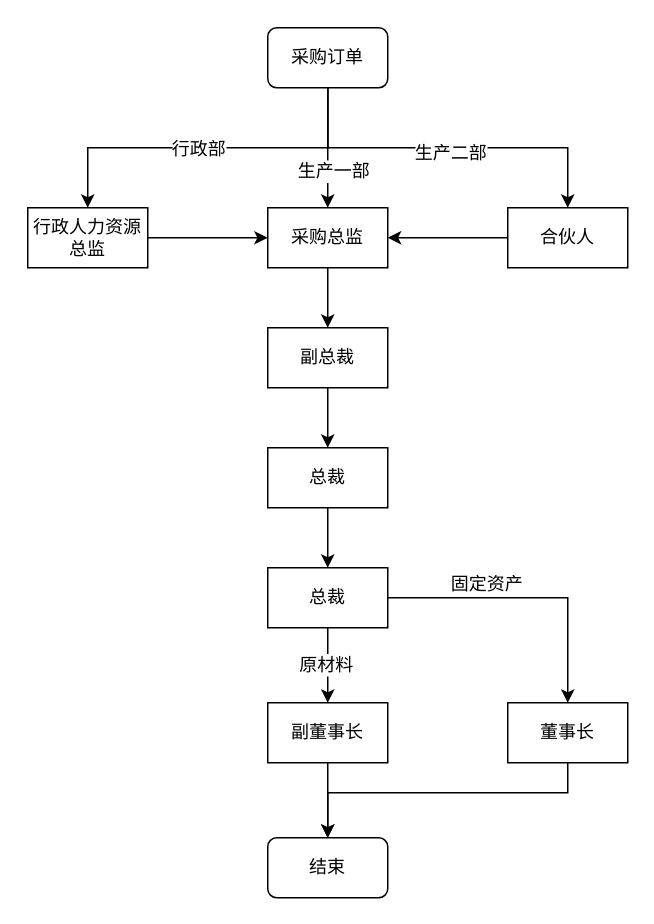
Above: page "采购订单审批" (3 of 4) of 采购订单审批.drawio in woaj01/- (draw.io), before the change. Source tidied: cells renumbered, new cells numbered last; positions are measured from the earlier drawing's top-left corner, leaving out a move shared by most shapes. Both pictures are drawn from the tidied source at 150%, with x=0, y=0 at pixel (27, 27).
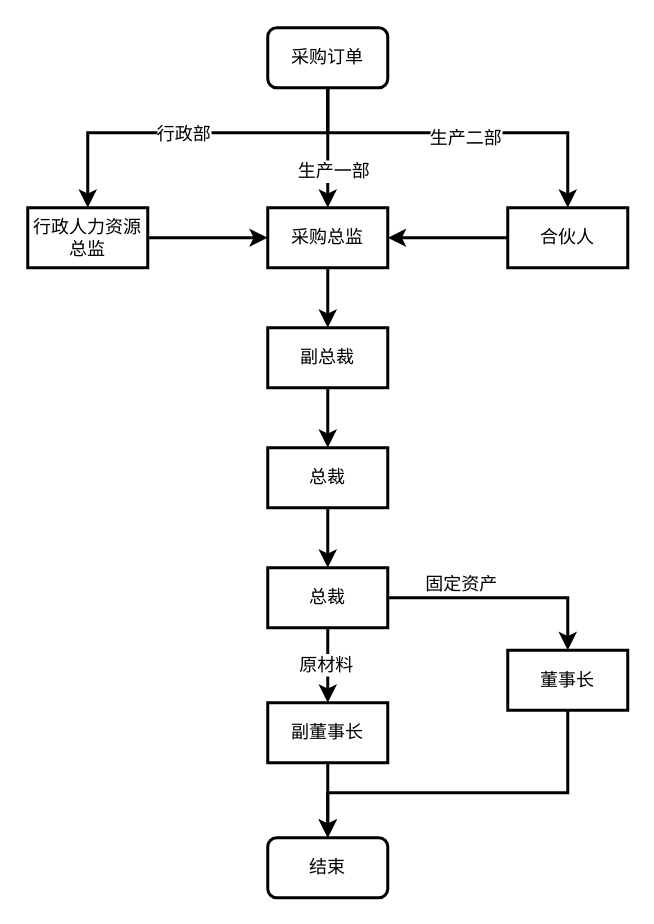
After the change.

Commit message:
更新采购订单审批.drawio

Diff of the diagram source:
```diff
@@
-    <mxCell id="2" style="edgeStyle=orthogonalEdgeStyle;rounded=0;jettySize=auto;html=1;exitX=0.5;exitY=1;exitDx=0;exitDy=0;entryX=0.5;entryY=0;entryDx=0;entryDy=0;" parent="1" edge="1" source="8" target="10">
+    <mxCell id="2" style="edgeStyle=orthogonalEdgeStyle;rounded=0;jettySize=auto;html=1;exitX=0.5;exitY=1;exitDx=0;exitDy=0;entryX=0.5;entryY=0;entryDx=0;entryDy=0;strokeWidth=2;" parent="1" edge="1" source="8" target="10">
       <mxGeometry relative="1" as="geometry" />
     </mxCell>
@@
-    <mxCell id="4" style="edgeStyle=orthogonalEdgeStyle;rounded=0;jettySize=auto;html=1;exitX=0.5;exitY=1;exitDx=0;exitDy=0;" parent="1" edge="1" source="8" target="14">
-      <mxGeometry relative="1" as="geometry" />
+    <mxCell id="4" style="edgeStyle=orthogonalEdgeStyle;rounded=0;jettySize=auto;html=1;exitX=0.5;exitY=1;exitDx=0;exitDy=0;strokeWidth=2;" parent="1" edge="1" source="8" target="14">
+      <mxGeometry relative="1" as="geometry">
+        <Array as="points">
+          <mxPoint x="200" y="70" />
+          <mxPoint x="360" y="70" />
+        </Array>
+      </mxGeometry>
     </mxCell>
@@
-    <mxCell id="6" style="edgeStyle=orthogonalEdgeStyle;rounded=0;jettySize=auto;html=1;exitX=0.5;exitY=1;exitDx=0;exitDy=0;" parent="1" edge="1" source="8" target="12">
-      <mxGeometry relative="1" as="geometry" />
+    <mxCell id="6" style="edgeStyle=orthogonalEdgeStyle;rounded=0;jettySize=auto;html=1;exitX=0.5;exitY=1;exitDx=0;exitDy=0;strokeWidth=2;" parent="1" edge="1" source="8" target="12">
+      <mxGeometry relative="1" as="geometry">
+        <Array as="points">
+          <mxPoint x="200" y="70" />
+          <mxPoint x="40" y="70" />
+        </Array>
+      </mxGeometry>
     </mxCell>
@@
-    <mxCell id="8" value="采购订单" style="rounded=1;whiteSpace=wrap;html=1;" parent="1" vertex="1">
+    <mxCell id="8" value="采购订单" style="rounded=1;whiteSpace=wrap;html=1;strokeWidth=2;" parent="1" vertex="1">
       <mxGeometry x="160" width="80" height="40" as="geometry" />
     </mxCell>
-    <mxCell id="9" style="edgeStyle=orthogonalEdgeStyle;rounded=0;jettySize=auto;html=1;" parent="1" edge="1" source="10" target="16">
+    <mxCell id="9" style="edgeStyle=orthogonalEdgeStyle;rounded=0;jettySize=auto;html=1;strokeWidth=2;" parent="1" edge="1" source="10" target="16">
       <mxGeometry relative="1" as="geometry" />
     </mxCell>
-    <mxCell id="10" value="采购总监" style="rounded=0;whiteSpace=wrap;html=1;" parent="1" vertex="1">
+    <mxCell id="10" value="采购总监" style="rounded=0;whiteSpace=wrap;html=1;strokeWidth=2;" parent="1" vertex="1">
       <mxGeometry x="160" y="120" width="80" height="40" as="geometry" />
     </mxCell>
-    <mxCell id="11" style="edgeStyle=orthogonalEdgeStyle;rounded=0;jettySize=auto;html=1;exitX=1;exitY=0.5;exitDx=0;exitDy=0;entryX=0;entryY=0.5;entryDx=0;entryDy=0;" parent="1" edge="1" source="12" target="10">
+    <mxCell id="11" style="edgeStyle=orthogonalEdgeStyle;rounded=0;jettySize=auto;html=1;exitX=1;exitY=0.5;exitDx=0;exitDy=0;entryX=0;entryY=0.5;entryDx=0;entryDy=0;strokeWidth=2;" parent="1" edge="1" source="12" target="10">
       <mxGeometry relative="1" as="geometry" />
     </mxCell>
-    <mxCell id="12" value="行政人力资源总监" style="rounded=0;whiteSpace=wrap;html=1;" parent="1" vertex="1">
+    <mxCell id="12" value="行政人力资源总监" style="rounded=0;whiteSpace=wrap;html=1;strokeWidth=2;" parent="1" vertex="1">
       <mxGeometry y="120" width="80" height="40" as="geometry" />
     </mxCell>
-    <mxCell id="13" style="edgeStyle=orthogonalEdgeStyle;rounded=0;jettySize=auto;html=1;exitX=0;exitY=0.5;exitDx=0;exitDy=0;entryX=1;entryY=0.5;entryDx=0;entryDy=0;" parent="1" edge="1" source="14" target="10">
+    <mxCell id="13" style="edgeStyle=orthogonalEdgeStyle;rounded=0;jettySize=auto;html=1;exitX=0;exitY=0.5;exitDx=0;exitDy=0;entryX=1;entryY=0.5;entryDx=0;entryDy=0;strokeWidth=2;" parent="1" edge="1" source="14" target="10">
       <mxGeometry relative="1" as="geometry" />
     </mxCell>
-    <mxCell id="14" value="合伙人" style="rounded=0;whiteSpace=wrap;html=1;" parent="1" vertex="1">
+    <mxCell id="14" value="合伙人" style="rounded=0;whiteSpace=wrap;html=1;strokeWidth=2;" parent="1" vertex="1">
       <mxGeometry x="320" y="120" width="80" height="40" as="geometry" />
     </mxCell>
-    <mxCell id="15" style="edgeStyle=orthogonalEdgeStyle;rounded=0;jettySize=auto;html=1;" parent="1" edge="1" source="16" target="18">
+    <mxCell id="15" style="edgeStyle=orthogonalEdgeStyle;rounded=0;jettySize=auto;html=1;strokeWidth=2;" parent="1" edge="1" source="16" target="18">
       <mxGeometry relative="1" as="geometry" />
     </mxCell>
-    <mxCell id="16" value="副总裁" style="rounded=0;whiteSpace=wrap;html=1;" parent="1" vertex="1">
+    <mxCell id="16" value="副总裁" style="rounded=0;whiteSpace=wrap;html=1;strokeWidth=2;" parent="1" vertex="1">
       <mxGeometry x="160" y="200" width="80" height="40" as="geometry" />
     </mxCell>
-    <mxCell id="17" style="edgeStyle=orthogonalEdgeStyle;rounded=0;jettySize=auto;html=1;" parent="1" edge="1" source="18" target="23">
+    <mxCell id="17" style="edgeStyle=orthogonalEdgeStyle;rounded=0;jettySize=auto;html=1;strokeWidth=2;" parent="1" edge="1" source="18" target="23">
       <mxGeometry relative="1" as="geometry" />
     </mxCell>
-    <mxCell id="18" value="总裁" style="rounded=0;whiteSpace=wrap;html=1;" parent="1" vertex="1">
+    <mxCell id="18" value="总裁" style="rounded=0;whiteSpace=wrap;html=1;strokeWidth=2;" parent="1" vertex="1">
       <mxGeometry x="160" y="280" width="80" height="40" as="geometry" />
     </mxCell>
-    <mxCell id="19" style="edgeStyle=orthogonalEdgeStyle;rounded=0;jettySize=auto;html=1;" parent="1" edge="1" source="23" target="25">
+    <mxCell id="19" style="edgeStyle=orthogonalEdgeStyle;rounded=0;jettySize=auto;html=1;strokeWidth=2;" parent="1" edge="1" source="23" target="25">
       <mxGeometry relative="1" as="geometry" />
     </mxCell>
@@
-    <mxCell id="21" style="edgeStyle=orthogonalEdgeStyle;rounded=0;jettySize=auto;html=1;exitX=1;exitY=0.5;exitDx=0;exitDy=0;entryX=0.5;entryY=0;entryDx=0;entryDy=0;" parent="1" edge="1" source="23" target="27">
+    <mxCell id="21" style="edgeStyle=orthogonalEdgeStyle;rounded=0;jettySize=auto;html=1;exitX=1;exitY=0.5;exitDx=0;exitDy=0;entryX=0.5;entryY=0;entryDx=0;entryDy=0;strokeWidth=2;" parent="1" edge="1" source="23" target="27">
       <mxGeometry relative="1" as="geometry" />
     </mxCell>
@@
-    <mxCell id="23" value="总裁" style="rounded=0;whiteSpace=wrap;html=1;" parent="1" vertex="1">
+    <mxCell id="23" value="总裁" style="rounded=0;whiteSpace=wrap;html=1;strokeWidth=2;" parent="1" vertex="1">
       <mxGeometry x="160" y="360" width="80" height="40" as="geometry" />
     </mxCell>
-    <mxCell id="24" style="edgeStyle=orthogonalEdgeStyle;rounded=0;jettySize=auto;html=1;exitX=0.5;exitY=1;exitDx=0;exitDy=0;" parent="1" edge="1" source="25" target="28">
+    <mxCell id="24" style="edgeStyle=orthogonalEdgeStyle;rounded=0;jettySize=auto;html=1;exitX=0.5;exitY=1;exitDx=0;exitDy=0;strokeWidth=2;" parent="1" edge="1" source="25" target="28">
       <mxGeometry relative="1" as="geometry" />
     </mxCell>
-    <mxCell id="25" value="副董事长" style="rounded=0;whiteSpace=wrap;html=1;" parent="1" vertex="1">
+    <mxCell id="25" value="副董事长" style="rounded=0;whiteSpace=wrap;html=1;strokeWidth=2;" parent="1" vertex="1">
       <mxGeometry x="160" y="450" width="80" height="40" as="geometry" />
     </mxCell>
-    <mxCell id="26" style="edgeStyle=orthogonalEdgeStyle;rounded=0;jettySize=auto;html=1;exitX=0.5;exitY=1;exitDx=0;exitDy=0;entryX=0.5;entryY=0;entryDx=0;entryDy=0;" parent="1" edge="1" source="27" target="28">
+    <mxCell id="26" style="edgeStyle=orthogonalEdgeStyle;rounded=0;jettySize=auto;html=1;exitX=0.5;exitY=1;exitDx=0;exitDy=0;entryX=0.5;entryY=0;entryDx=0;entryDy=0;strokeWidth=2;" parent="1" edge="1" source="27" target="28">
       <mxGeometry relative="1" as="geometry">
         <Array as="points">
           <mxPoint x="360" y="510" />
           <mxPoint x="200" y="510" />
         </Array>
       </mxGeometry>
     </mxCell>
-    <mxCell id="27" value="董事长" style="rounded=0;whiteSpace=wrap;html=1;" parent="1" vertex="1">
-      <mxGeometry x="320" y="450" width="80" height="40" as="geometry" />
+    <mxCell id="27" value="董事长" style="rounded=0;whiteSpace=wrap;html=1;strokeWidth=2;" parent="1" vertex="1">
+      <mxGeometry x="320" y="415" width="80" height="40" as="geometry" />
     </mxCell>
-    <mxCell id="28" value="结束" style="rounded=1;whiteSpace=wrap;html=1;" parent="1" vertex="1">
+    <mxCell id="28" value="结束" style="rounded=1;whiteSpace=wrap;html=1;strokeWidth=2;" parent="1" vertex="1">
       <mxGeometry x="160" y="540" width="80" height="40" as="geometry" />
     </mxCell>
```
